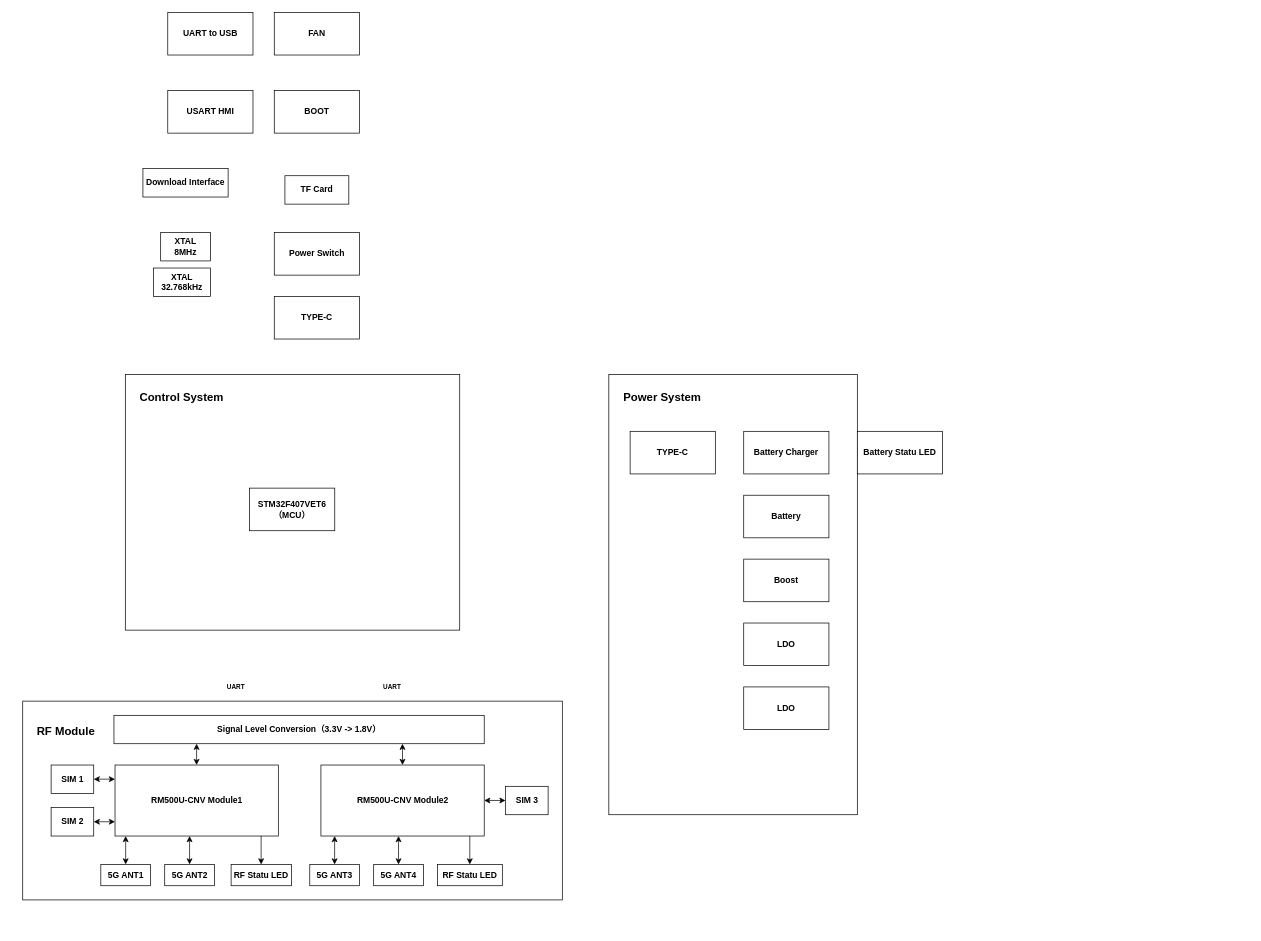
The draw.io diagram ICCC_block.drawio in zeandon/draw.io, before the edit. Source tidied: cells renumbered, new cells numbered last; positions are measured from the earlier drawing's top-left corner, leaving out a move shared by most shapes. Both pictures are drawn from the tidied source at 71%, with x=0, y=0 at pixel (22, 12).
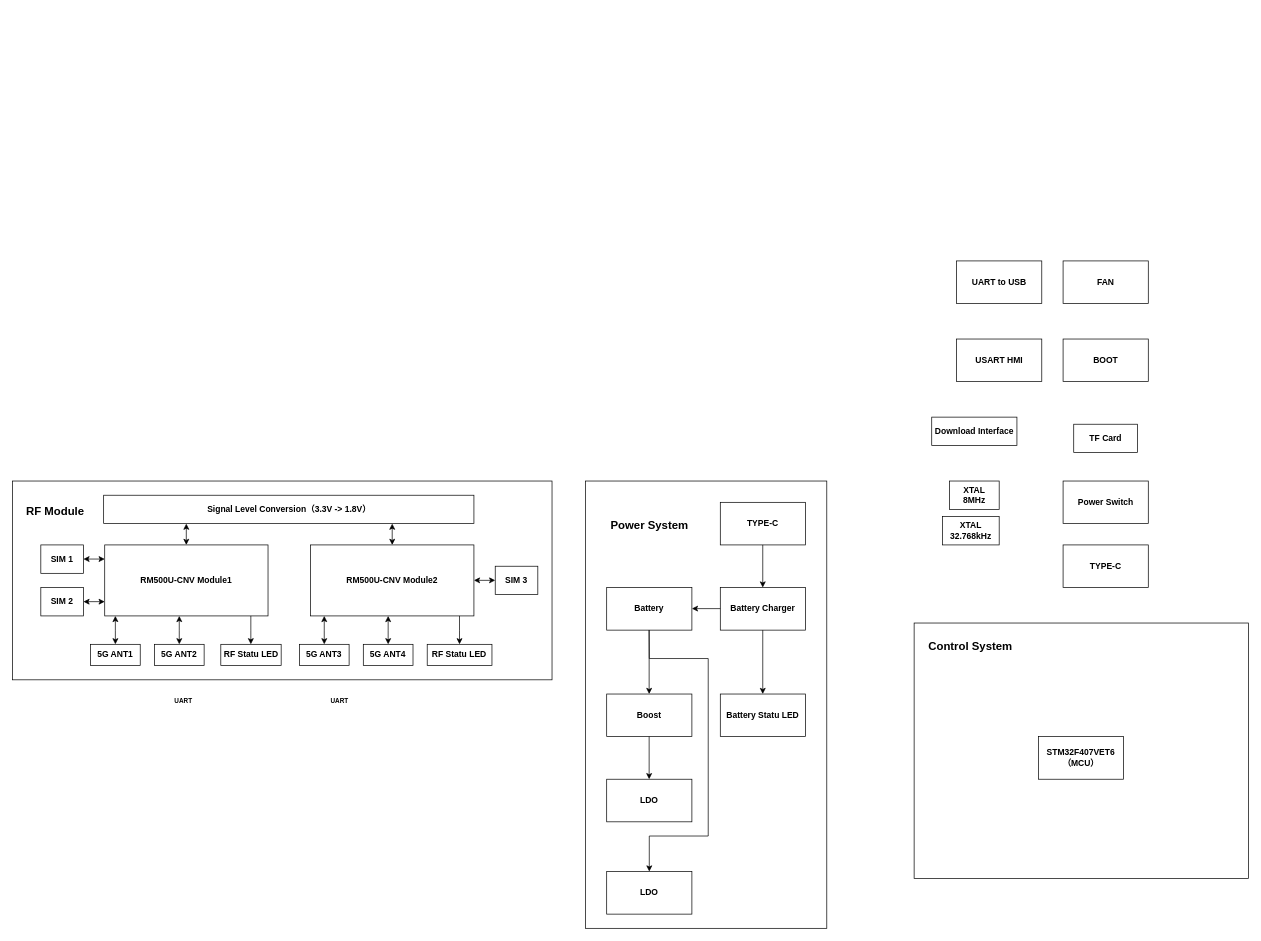
The same page after the edit.

Change to the diagram source:
```diff
@@
     <mxCell id="2" style="rounded=0;whiteSpace=wrap;html=1;" parent="1" vertex="1">
-      <mxGeometry x="826" y="510" width="350" height="620" as="geometry" />
+      <mxGeometry x="793" y="660" width="340" height="630" as="geometry" />
     </mxCell>
     <mxCell id="3" style="rounded=0;whiteSpace=wrap;html=1;" parent="1" vertex="1">
-      <mxGeometry x="0.5" y="970" width="760" height="280" as="geometry" />
+      <mxGeometry x="-14" y="660" width="760" height="280" as="geometry" />
     </mxCell>
     <mxCell id="4" style="rounded=0;whiteSpace=wrap;html=1;" parent="1" vertex="1">
-      <mxGeometry x="145" y="510" width="471" height="360" as="geometry" />
+      <mxGeometry x="1256" y="860" width="471" height="360" as="geometry" />
     </mxCell>
     <mxCell id="5" value="&lt;font style=&quot;font-size: 16px;&quot;&gt;Control System&lt;/font&gt;" style="text;strokeColor=none;fillColor=none;html=1;fontSize=24;fontStyle=1;verticalAlign=middle;align=center;" parent="1" vertex="1">
-      <mxGeometry x="153" y="520" width="141" height="40" as="geometry" />
+      <mxGeometry x="1264" y="870" width="141" height="40" as="geometry" />
     </mxCell>
     <mxCell id="6" value="&lt;span style=&quot;font-size: 16px;&quot;&gt;RF Module&lt;/span&gt;" style="text;strokeColor=none;fillColor=none;html=1;fontSize=24;fontStyle=1;verticalAlign=middle;align=center;" parent="1" vertex="1">
-      <mxGeometry x="10.5" y="990" width="100" height="40" as="geometry" />
+      <mxGeometry x="-4" y="680" width="100" height="40" as="geometry" />
     </mxCell>
     <mxCell id="7" value="RM500U-CNV Module1" style="rounded=0;whiteSpace=wrap;html=1;fontStyle=1;" parent="1" vertex="1">
-      <mxGeometry x="130.5" y="1060" width="230" height="100" as="geometry" />
+      <mxGeometry x="116" y="750" width="230" height="100" as="geometry" />
     </mxCell>
     <mxCell id="8" value="RM500U-CNV&amp;nbsp;Module2" style="rounded=0;whiteSpace=wrap;html=1;fontStyle=1;" parent="1" vertex="1">
-      <mxGeometry x="420.5" y="1060" width="230" height="100" as="geometry" />
+      <mxGeometry x="406" y="750" width="230" height="100" as="geometry" />
     </mxCell>
     <mxCell id="9" value="UART" style="text;html=1;whiteSpace=wrap;strokeColor=none;fillColor=none;align=center;verticalAlign=middle;rounded=0;fontStyle=1;fontSize=9;" parent="1" vertex="1">
-      <mxGeometry x="276" y="940" width="50" height="20" as="geometry" />
+      <mxGeometry x="201.5" y="960" width="50" height="20" as="geometry" />
     </mxCell>
     <mxCell id="10" value="UART" style="text;html=1;whiteSpace=wrap;strokeColor=none;fillColor=none;align=center;verticalAlign=middle;rounded=0;fontStyle=1;fontSize=9;" parent="1" vertex="1">
-      <mxGeometry x="496" y="940" width="50" height="20" as="geometry" />
+      <mxGeometry x="421.5" y="960" width="50" height="20" as="geometry" />
     </mxCell>
     <mxCell id="11" value="5G ANT2" style="rounded=0;whiteSpace=wrap;html=1;fontStyle=1;" parent="1" vertex="1">
-      <mxGeometry x="200.5" y="1200" width="70" height="30" as="geometry" />
+      <mxGeometry x="186" y="890" width="70" height="30" as="geometry" />
     </mxCell>
     <mxCell id="12" style="endArrow=classic;startArrow=classic;html=1;rounded=0;exitX=0.5;exitY=0;exitDx=0;exitDy=0;entryX=0.958;entryY=0.995;entryDx=0;entryDy=0;entryPerimeter=0;" parent="1" edge="1" source="11">
       <mxGeometry relative="1" as="geometry">
-        <mxPoint x="235.5" y="1160" as="targetPoint" />
+        <mxPoint x="221" y="850" as="targetPoint" />
         <Array as="points">
-          <mxPoint x="235.5" y="1180" />
-          <mxPoint x="235.5" y="1170" />
+          <mxPoint x="221" y="870" />
+          <mxPoint x="221" y="860" />
         </Array>
       </mxGeometry>
     </mxCell>
     <mxCell id="13" value="5G ANT1" style="rounded=0;whiteSpace=wrap;html=1;fontStyle=1;" parent="1" vertex="1">
-      <mxGeometry x="110.5" y="1200" width="70" height="30" as="geometry" />
+      <mxGeometry x="96" y="890" width="70" height="30" as="geometry" />
     </mxCell>
     <mxCell id="14" style="endArrow=classic;startArrow=classic;html=1;rounded=0;exitX=0.5;exitY=0;exitDx=0;exitDy=0;entryX=0.958;entryY=0.995;entryDx=0;entryDy=0;entryPerimeter=0;" parent="1" edge="1" source="13">
       <mxGeometry relative="1" as="geometry">
-        <mxPoint x="145.5" y="1160" as="targetPoint" />
+        <mxPoint x="131" y="850" as="targetPoint" />
         <Array as="points">
-          <mxPoint x="145.5" y="1180" />
-          <mxPoint x="145.5" y="1170" />
+          <mxPoint x="131" y="870" />
+          <mxPoint x="131" y="860" />
         </Array>
       </mxGeometry>
     </mxCell>
     <mxCell id="15" value="5G ANT3" style="rounded=0;whiteSpace=wrap;html=1;fontStyle=1;" parent="1" vertex="1">
-      <mxGeometry x="404.8" y="1200" width="70" height="30" as="geometry" />
+      <mxGeometry x="390.2" y="890" width="70" height="30" as="geometry" />
     </mxCell>
     <mxCell id="16" style="endArrow=classic;startArrow=classic;html=1;rounded=0;exitX=0.5;exitY=0;exitDx=0;exitDy=0;entryX=0.958;entryY=0.995;entryDx=0;entryDy=0;entryPerimeter=0;" parent="1" edge="1" source="15">
       <mxGeometry relative="1" as="geometry">
-        <mxPoint x="439.8" y="1160" as="targetPoint" />
+        <mxPoint x="425.2" y="850" as="targetPoint" />
         <Array as="points">
-          <mxPoint x="439.8" y="1180" />
-          <mxPoint x="439.8" y="1170" />
+          <mxPoint x="425.2" y="870" />
+          <mxPoint x="425.2" y="860" />
         </Array>
       </mxGeometry>
     </mxCell>
     <mxCell id="17" value="5G ANT4" style="rounded=0;whiteSpace=wrap;html=1;fontStyle=1;" parent="1" vertex="1">
-      <mxGeometry x="494.8" y="1200" width="70" height="30" as="geometry" />
+      <mxGeometry x="480.2" y="890" width="70" height="30" as="geometry" />
     </mxCell>
     <mxCell id="18" style="endArrow=classic;startArrow=classic;html=1;rounded=0;exitX=0.5;exitY=0;exitDx=0;exitDy=0;entryX=0.958;entryY=0.995;entryDx=0;entryDy=0;entryPerimeter=0;" parent="1" edge="1" source="17">
       <mxGeometry relative="1" as="geometry">
-        <mxPoint x="529.8" y="1160" as="targetPoint" />
+        <mxPoint x="515.2" y="850" as="targetPoint" />
         <Array as="points">
-          <mxPoint x="529.8" y="1180" />
-          <mxPoint x="529.8" y="1170" />
+          <mxPoint x="515.2" y="870" />
+          <mxPoint x="515.2" y="860" />
         </Array>
       </mxGeometry>
     </mxCell>
     <mxCell id="19" value="STM32F407V&lt;span style=&quot;background-color: transparent; color: light-dark(rgb(0, 0, 0), rgb(255, 255, 255));&quot;&gt;ET6&lt;br&gt;（MCU）&lt;/span&gt;" style="rounded=0;whiteSpace=wrap;html=1;fontStyle=1;" parent="1" vertex="1">
-      <mxGeometry x="320" y="670" width="120" height="60" as="geometry" />
+      <mxGeometry x="1431" y="1020" width="120" height="60" as="geometry" />
     </mxCell>
     <mxCell id="20" value="&lt;span style=&quot;background-color: transparent; color: light-dark(rgb(0, 0, 0), rgb(255, 255, 255));&quot;&gt;XTAL&lt;br&gt;8MHz&lt;/span&gt;" style="rounded=0;whiteSpace=wrap;html=1;fontStyle=1;" parent="1" vertex="1">
-      <mxGeometry x="194.8" y="310" width="70" height="40" as="geometry" />
+      <mxGeometry x="1305.8" y="660" width="70" height="40" as="geometry" />
     </mxCell>
     <mxCell id="21" value="&lt;span style=&quot;background-color: transparent; color: light-dark(rgb(0, 0, 0), rgb(255, 255, 255));&quot;&gt;XTAL&lt;br&gt;32.768kHz&lt;/span&gt;" style="rounded=0;whiteSpace=wrap;html=1;fontStyle=1;" parent="1" vertex="1">
-      <mxGeometry x="184.8" y="360" width="80" height="40" as="geometry" />
+      <mxGeometry x="1295.8" y="710" width="80" height="40" as="geometry" />
     </mxCell>
     <mxCell id="22" value="Download Interface" style="rounded=0;whiteSpace=wrap;html=1;fontStyle=1;" parent="1" vertex="1">
-      <mxGeometry x="169.8" y="220" width="120" height="40" as="geometry" />
+      <mxGeometry x="1280.8" y="570" width="120" height="40" as="geometry" />
     </mxCell>
     <mxCell id="23" value="USART&amp;nbsp;&lt;span style=&quot;background-color: transparent; color: light-dark(rgb(0, 0, 0), rgb(255, 255, 255));&quot;&gt;HMI&lt;/span&gt;" style="rounded=0;whiteSpace=wrap;html=1;fontStyle=1;" parent="1" vertex="1">
-      <mxGeometry x="204.8" y="110" width="120" height="60" as="geometry" />
+      <mxGeometry x="1315.8" y="460" width="120" height="60" as="geometry" />
     </mxCell>
     <mxCell id="24" value="TYPE-C" style="rounded=0;whiteSpace=wrap;html=1;fontStyle=1;" parent="1" vertex="1">
-      <mxGeometry x="856" y="590" width="120" height="60" as="geometry" />
+      <mxGeometry x="983" y="690" width="120" height="60" as="geometry" />
     </mxCell>
     <mxCell id="25" value="Battery Charger" style="rounded=0;whiteSpace=wrap;html=1;fontStyle=1;" parent="1" vertex="1">
-      <mxGeometry x="1016" y="590" width="120" height="60" as="geometry" />
+      <mxGeometry x="983" y="810" width="120" height="60" as="geometry" />
     </mxCell>
     <mxCell id="26" value="Boost" style="rounded=0;whiteSpace=wrap;html=1;fontStyle=1;" parent="1" vertex="1">
-      <mxGeometry x="1016" y="770" width="120" height="60" as="geometry" />
+      <mxGeometry x="823" y="960" width="120" height="60" as="geometry" />
     </mxCell>
     <mxCell id="27" value="LDO" style="rounded=0;whiteSpace=wrap;html=1;fontStyle=1;" parent="1" vertex="1">
-      <mxGeometry x="1016" y="860" width="120" height="60" as="geometry" />
+      <mxGeometry x="823" y="1080" width="120" height="60" as="geometry" />
     </mxCell>
     <mxCell id="28" value="LDO" style="rounded=0;whiteSpace=wrap;html=1;fontStyle=1;" parent="1" vertex="1">
-      <mxGeometry x="1016" y="950" width="120" height="60" as="geometry" />
+      <mxGeometry x="823" y="1210" width="120" height="60" as="geometry" />
     </mxCell>
     <mxCell id="29" value="Battery" style="rounded=0;whiteSpace=wrap;html=1;fontStyle=1;" parent="1" vertex="1">
-      <mxGeometry x="1016" y="680" width="120" height="60" as="geometry" />
+      <mxGeometry x="823" y="810" width="120" height="60" as="geometry" />
     </mxCell>
     <mxCell id="30" value="Battery Statu LED" style="rounded=0;whiteSpace=wrap;html=1;fontStyle=1;" parent="1" vertex="1">
-      <mxGeometry x="1176" y="590" width="120" height="60" as="geometry" />
+      <mxGeometry x="983" y="960" width="120" height="60" as="geometry" />
     </mxCell>
     <mxCell id="31" value="RF Statu LED" style="rounded=0;whiteSpace=wrap;html=1;fontStyle=1;" parent="1" vertex="1">
-      <mxGeometry x="294" y="1200" width="85" height="30" as="geometry" />
+      <mxGeometry x="279.5" y="890" width="85" height="30" as="geometry" />
     </mxCell>
     <mxCell id="32" value="RF Statu LED" style="rounded=0;whiteSpace=wrap;html=1;fontStyle=1;" parent="1" vertex="1">
-      <mxGeometry x="584.8" y="1200" width="91.2" height="30" as="geometry" />
+      <mxGeometry x="570.2" y="890" width="91.2" height="30" as="geometry" />
     </mxCell>
     <mxCell id="33" value="SIM 1" style="rounded=0;whiteSpace=wrap;html=1;fontStyle=1;" parent="1" vertex="1">
-      <mxGeometry x="40.5" y="1060" width="60" height="40" as="geometry" />
+      <mxGeometry x="26" y="750" width="60" height="40" as="geometry" />
     </mxCell>
     <mxCell id="34" value="SIM 2" style="rounded=0;whiteSpace=wrap;html=1;fontStyle=1;" parent="1" vertex="1">
-      <mxGeometry x="40.5" y="1120" width="60" height="40" as="geometry" />
+      <mxGeometry x="26" y="810" width="60" height="40" as="geometry" />
     </mxCell>
     <mxCell id="35" value="SIM 3" style="rounded=0;whiteSpace=wrap;html=1;fontStyle=1;" parent="1" vertex="1">
-      <mxGeometry x="680.5" y="1090" width="60" height="40" as="geometry" />
+      <mxGeometry x="666" y="780" width="60" height="40" as="geometry" />
     </mxCell>
     <mxCell id="36" value="Signal Level Conversion（3.3V -&amp;gt; 1.8V）" style="rounded=0;whiteSpace=wrap;html=1;fontStyle=1;" parent="1" vertex="1">
-      <mxGeometry x="129" y="990" width="521.5" height="40" as="geometry" />
+      <mxGeometry x="114.5" y="680" width="521.5" height="40" as="geometry" />
     </mxCell>
     <mxCell id="37" value="UART to USB" style="rounded=0;whiteSpace=wrap;html=1;fontStyle=1;" parent="1" vertex="1">
-      <mxGeometry x="204.8" width="120" height="60" as="geometry" />
+      <mxGeometry x="1315.8" y="350" width="120" height="60" as="geometry" />
     </mxCell>
     <mxCell id="38" value="FAN" style="rounded=0;whiteSpace=wrap;html=1;fontStyle=1;" parent="1" vertex="1">
-      <mxGeometry x="354.8" width="120" height="60" as="geometry" />
+      <mxGeometry x="1465.8" y="350" width="120" height="60" as="geometry" />
     </mxCell>
     <mxCell id="39" value="BOOT" style="rounded=0;whiteSpace=wrap;html=1;fontStyle=1;" parent="1" vertex="1">
-      <mxGeometry x="354.8" y="110" width="120" height="60" as="geometry" />
+      <mxGeometry x="1465.8" y="460" width="120" height="60" as="geometry" />
     </mxCell>
     <mxCell id="40" value="TF Card" style="rounded=0;whiteSpace=wrap;html=1;fontStyle=1;" parent="1" vertex="1">
-      <mxGeometry x="369.8" y="230" width="90" height="40" as="geometry" />
+      <mxGeometry x="1480.8" y="580" width="90" height="40" as="geometry" />
     </mxCell>
     <mxCell id="41" value="Power Switch" style="rounded=0;whiteSpace=wrap;html=1;fontStyle=1;" parent="1" vertex="1">
-      <mxGeometry x="354.8" y="310" width="120" height="60" as="geometry" />
+      <mxGeometry x="1465.8" y="660" width="120" height="60" as="geometry" />
     </mxCell>
     <mxCell id="42" value="TYPE-C" style="rounded=0;whiteSpace=wrap;html=1;fontStyle=1;" parent="1" vertex="1">
-      <mxGeometry x="354.8" y="400" width="120" height="60" as="geometry" />
+      <mxGeometry x="1465.8" y="750" width="120" height="60" as="geometry" />
     </mxCell>
     <mxCell id="43" style="endArrow=none;startArrow=classic;html=1;rounded=0;exitX=0.5;exitY=0;exitDx=0;exitDy=0;entryX=0.958;entryY=0.995;entryDx=0;entryDy=0;entryPerimeter=0;endFill=0;" parent="1" edge="1">
       <mxGeometry relative="1" as="geometry">
-        <mxPoint x="336.3" y="1200" as="sourcePoint" />
-        <mxPoint x="336.3" y="1160" as="targetPoint" />
+        <mxPoint x="321.8" y="890" as="sourcePoint" />
+        <mxPoint x="321.8" y="850" as="targetPoint" />
         <Array as="points">
-          <mxPoint x="336.3" y="1180" />
-          <mxPoint x="336.3" y="1170" />
+          <mxPoint x="321.8" y="870" />
+          <mxPoint x="321.8" y="860" />
         </Array>
       </mxGeometry>
     </mxCell>
     <mxCell id="44" style="endArrow=none;startArrow=classic;html=1;rounded=0;exitX=0.5;exitY=0;exitDx=0;exitDy=0;entryX=0.958;entryY=0.995;entryDx=0;entryDy=0;entryPerimeter=0;endFill=0;" parent="1" edge="1">
       <mxGeometry relative="1" as="geometry">
-        <mxPoint x="630.2" y="1200" as="sourcePoint" />
-        <mxPoint x="630.2" y="1160" as="targetPoint" />
+        <mxPoint x="615.7" y="890" as="sourcePoint" />
+        <mxPoint x="615.7" y="850" as="targetPoint" />
         <Array as="points">
-          <mxPoint x="630.2" y="1180" />
-          <mxPoint x="630.2" y="1170" />
+          <mxPoint x="615.7" y="870" />
+          <mxPoint x="615.7" y="860" />
         </Array>
       </mxGeometry>
     </mxCell>
     <mxCell id="45" style="endArrow=classic;startArrow=classic;html=1;rounded=0;" parent="1" edge="1">
       <mxGeometry relative="1" as="geometry">
-        <mxPoint x="100.5" y="1139.9" as="sourcePoint" />
-        <mxPoint x="130.5" y="1139.9" as="targetPoint" />
+        <mxPoint x="86" y="829.9" as="sourcePoint" />
+        <mxPoint x="116" y="829.9" as="targetPoint" />
       </mxGeometry>
     </mxCell>
     <mxCell id="46" style="endArrow=classic;startArrow=classic;html=1;rounded=0;" parent="1" edge="1">
       <mxGeometry relative="1" as="geometry">
-        <mxPoint x="100.5" y="1079.9" as="sourcePoint" />
-        <mxPoint x="130.5" y="1079.9" as="targetPoint" />
+        <mxPoint x="86" y="769.9" as="sourcePoint" />
+        <mxPoint x="116" y="769.9" as="targetPoint" />
       </mxGeometry>
     </mxCell>
     <mxCell id="47" style="endArrow=classic;startArrow=classic;html=1;rounded=0;" parent="1" edge="1">
       <mxGeometry relative="1" as="geometry">
-        <mxPoint x="650.5" y="1109.9" as="sourcePoint" />
-        <mxPoint x="680.5" y="1109.9" as="targetPoint" />
+        <mxPoint x="636" y="799.9" as="sourcePoint" />
+        <mxPoint x="666" y="799.9" as="targetPoint" />
       </mxGeometry>
     </mxCell>
     <mxCell id="48" style="endArrow=classic;startArrow=classic;html=1;rounded=0;" parent="1" edge="1">
       <mxGeometry relative="1" as="geometry">
-        <mxPoint x="245.4" y="1060" as="sourcePoint" />
-        <mxPoint x="245.4" y="1030" as="targetPoint" />
+        <mxPoint x="230.9" y="750" as="sourcePoint" />
+        <mxPoint x="230.9" y="720" as="targetPoint" />
       </mxGeometry>
     </mxCell>
     <mxCell id="49" style="endArrow=classic;startArrow=classic;html=1;rounded=0;" parent="1" edge="1">
       <mxGeometry relative="1" as="geometry">
-        <mxPoint x="535.4" y="1060" as="sourcePoint" />
-        <mxPoint x="535.4" y="1030" as="targetPoint" />
+        <mxPoint x="520.9" y="750" as="sourcePoint" />
+        <mxPoint x="520.9" y="720" as="targetPoint" />
       </mxGeometry>
     </mxCell>
     <mxCell id="50" value="&lt;font style=&quot;font-size: 16px;&quot;&gt;Power System&lt;/font&gt;" style="text;strokeColor=none;fillColor=none;html=1;fontSize=24;fontStyle=1;verticalAlign=middle;align=center;" parent="1" vertex="1">
-      <mxGeometry x="836" y="520" width="130" height="40" as="geometry" />
+      <mxGeometry x="818" y="700" width="130" height="40" as="geometry" />
     </mxCell>
+    <mxCell id="51" style="endArrow=none;startArrow=classic;html=1;rounded=0;endFill=0;" parent="1" edge="1">
+      <mxGeometry relative="1" as="geometry">
+        <mxPoint x="1042.8" y="960" as="sourcePoint" />
+        <mxPoint x="1042.8" y="870" as="targetPoint" />
+      </mxGeometry>
+    </mxCell>
+    <mxCell id="52" style="endArrow=none;startArrow=classic;html=1;rounded=0;endFill=0;" parent="1" edge="1">
+      <mxGeometry relative="1" as="geometry">
+        <mxPoint x="943" y="839.7" as="sourcePoint" />
+        <mxPoint x="983" y="839.7" as="targetPoint" />
+      </mxGeometry>
+    </mxCell>
+    <mxCell id="53" style="endArrow=none;startArrow=classic;html=1;rounded=0;endFill=0;" parent="1" edge="1">
+      <mxGeometry relative="1" as="geometry">
+        <mxPoint x="882.8" y="960" as="sourcePoint" />
+        <mxPoint x="882.8" y="870" as="targetPoint" />
+      </mxGeometry>
+    </mxCell>
+    <mxCell id="54" style="endArrow=none;startArrow=classic;html=1;rounded=0;endFill=0;" parent="1" edge="1">
+      <mxGeometry relative="1" as="geometry">
+        <mxPoint x="882.8" y="1080" as="sourcePoint" />
+        <mxPoint x="882.8" y="1020" as="targetPoint" />
+      </mxGeometry>
+    </mxCell>
+    <mxCell id="55" style="endArrow=none;startArrow=classic;html=1;rounded=0;endFill=0;exitX=0.5;exitY=0;exitDx=0;exitDy=0;" parent="1" edge="1" source="28">
+      <mxGeometry relative="1" as="geometry">
+        <mxPoint x="882.7" y="870" as="targetPoint" />
+        <Array as="points">
+          <mxPoint x="883" y="1160" />
+          <mxPoint x="966" y="1160" />
+          <mxPoint x="966" y="910" />
+          <mxPoint x="883" y="910" />
+        </Array>
+      </mxGeometry>
+    </mxCell>
+    <mxCell id="56" style="endArrow=none;startArrow=classic;html=1;rounded=0;endFill=0;" parent="1" edge="1">
+      <mxGeometry relative="1" as="geometry">
+        <mxPoint x="1042.8" y="810" as="sourcePoint" />
+        <mxPoint x="1042.8" y="750" as="targetPoint" />
+      </mxGeometry>
+    </mxCell>
```
